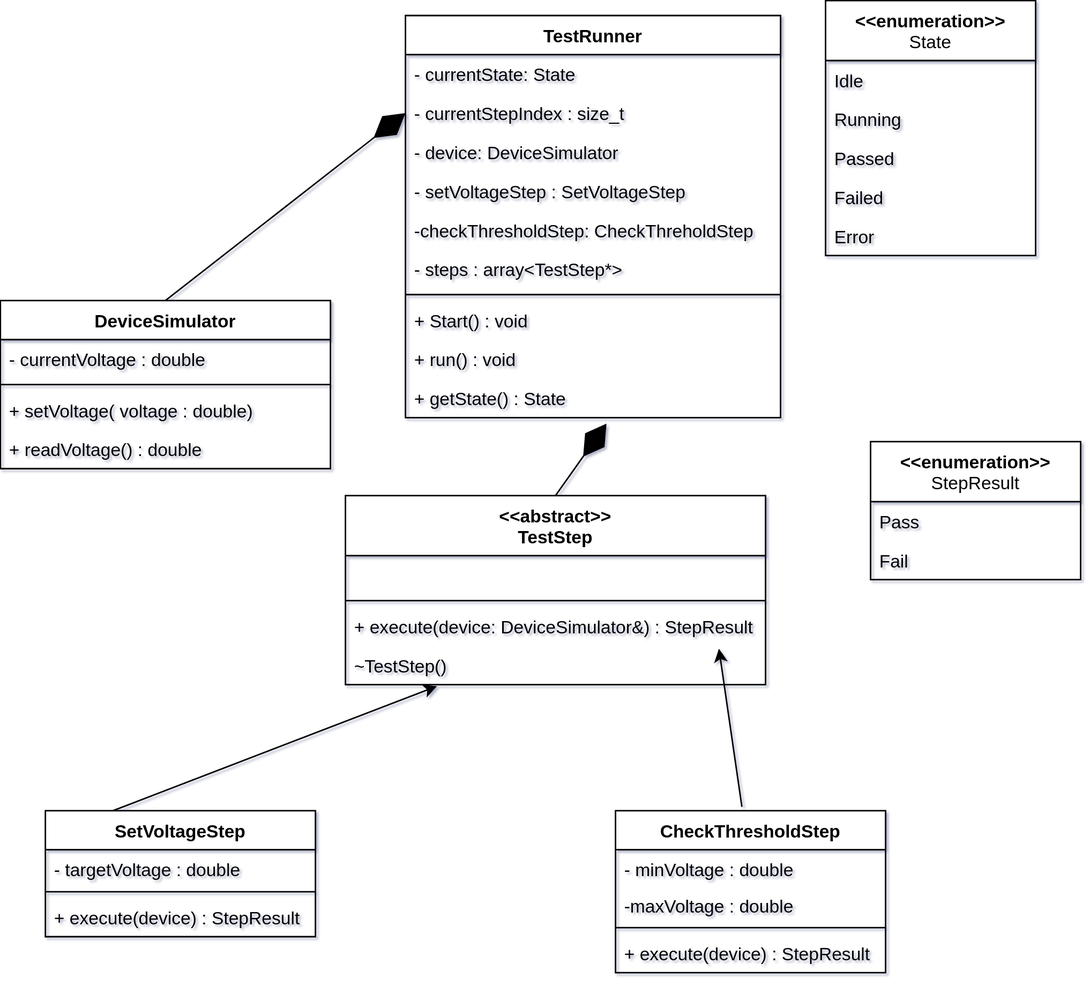
This is diagrams/ClassUML.svg from golansaar3-oss/Device-Test-Runner-Simulator-Cpp-, a draw.io export, as it was before one commit. Source tidied: cells renumbered, new cells last; positions are measured from the earlier drawing's top-left corner, leaving out a move shared by most shapes. The source it was exported from:
```xml
<mxGraphModel shadow="1">
  <root>
    <mxCell id="0" />
    <mxCell id="1" parent="0" />
    <mxCell id="2" value="&lt;div&gt;&amp;lt;&amp;lt;abstract&amp;gt;&amp;gt;&lt;/div&gt;TestStep" style="swimlane;fontStyle=1;align=center;verticalAlign=top;horizontal=1;startSize=40;whiteSpace=wrap;html=1;" parent="1" vertex="1">
      <mxGeometry x="230" y="330" width="280" height="126" as="geometry" />
    </mxCell>
    <mxCell id="3" value="&lt;div&gt;&lt;br&gt;&lt;/div&gt;&lt;div&gt;&lt;br&gt;&lt;/div&gt;" style="text;strokeColor=none;fillColor=none;align=left;verticalAlign=top;spacingLeft=4;spacingRight=4;overflow=hidden;whiteSpace=wrap;html=1;" parent="2" vertex="1">
      <mxGeometry y="40" width="280" height="26" as="geometry" />
    </mxCell>
    <mxCell id="4" style="line;strokeWidth=1;fillColor=none;align=left;verticalAlign=middle;spacingTop=-1;spacingLeft=3;spacingRight=3;labelPosition=right;strokeColor=inherit;" parent="2" vertex="1">
      <mxGeometry y="66" width="280" height="8" as="geometry" />
    </mxCell>
    <mxCell id="5" value="+ execute(device: DeviceSimulator&amp;amp;) : StepResult" style="text;strokeColor=none;fillColor=none;align=left;verticalAlign=top;spacingLeft=4;spacingRight=4;overflow=hidden;points=[[0,0.5],[1,0.5]];portConstraint=eastwest;whiteSpace=wrap;html=1;" parent="2" vertex="1">
      <mxGeometry y="74" width="280" height="26" as="geometry" />
    </mxCell>
    <mxCell id="6" value="~TestStep()" style="text;strokeColor=none;fillColor=none;align=left;verticalAlign=top;spacingLeft=4;spacingRight=4;overflow=hidden;points=[[0,0.5],[1,0.5]];portConstraint=eastwest;whiteSpace=wrap;html=1;" parent="2" vertex="1">
      <mxGeometry y="100" width="280" height="26" as="geometry" />
    </mxCell>
    <mxCell id="7" value="TestRunner" style="swimlane;fontStyle=1;align=center;verticalAlign=top;horizontal=1;startSize=26;whiteSpace=wrap;html=1;" parent="1" vertex="1">
      <mxGeometry x="270" y="10" width="250" height="268" as="geometry" />
    </mxCell>
    <mxCell id="8" value="- currentState: State" style="text;strokeColor=none;fillColor=none;align=left;verticalAlign=top;spacingLeft=4;spacingRight=4;overflow=hidden;whiteSpace=wrap;html=1;" parent="7" vertex="1">
      <mxGeometry y="26" width="250" height="26" as="geometry" />
    </mxCell>
    <mxCell id="9" value="- currentStepIndex : size_t" style="text;strokeColor=none;fillColor=none;align=left;verticalAlign=top;spacingLeft=4;spacingRight=4;overflow=hidden;points=[[0,0.5],[1,0.5]];portConstraint=eastwest;whiteSpace=wrap;html=1;" parent="7" vertex="1">
      <mxGeometry y="52" width="250" height="26" as="geometry" />
    </mxCell>
    <mxCell id="10" value="- device: DeviceSimulator" style="text;strokeColor=none;fillColor=none;align=left;verticalAlign=top;spacingLeft=4;spacingRight=4;overflow=hidden;whiteSpace=wrap;html=1;" parent="7" vertex="1">
      <mxGeometry y="78" width="250" height="26" as="geometry" />
    </mxCell>
    <mxCell id="11" value="- setVoltageStep : SetVoltageStep" style="text;strokeColor=none;fillColor=none;align=left;verticalAlign=top;spacingLeft=4;spacingRight=4;overflow=hidden;whiteSpace=wrap;html=1;" parent="7" vertex="1">
      <mxGeometry y="104" width="250" height="26" as="geometry" />
    </mxCell>
    <mxCell id="12" value="-checkThresholdStep: CheckThreholdStep" style="text;strokeColor=none;fillColor=none;align=left;verticalAlign=top;spacingLeft=4;spacingRight=4;overflow=hidden;whiteSpace=wrap;html=1;" parent="7" vertex="1">
      <mxGeometry y="130" width="250" height="26" as="geometry" />
    </mxCell>
    <mxCell id="13" value="- steps : array&amp;lt;TestStep*&amp;gt;" style="text;strokeColor=none;fillColor=none;align=left;verticalAlign=top;spacingLeft=4;spacingRight=4;overflow=hidden;whiteSpace=wrap;html=1;" parent="7" vertex="1">
      <mxGeometry y="156" width="250" height="26" as="geometry" />
    </mxCell>
    <mxCell id="14" style="line;strokeWidth=1;fillColor=none;align=left;verticalAlign=middle;spacingTop=-1;spacingLeft=3;spacingRight=3;labelPosition=right;strokeColor=inherit;" parent="7" vertex="1">
      <mxGeometry y="182" width="250" height="8" as="geometry" />
    </mxCell>
    <mxCell id="15" value="+ Start() : void" style="text;strokeColor=none;fillColor=none;align=left;verticalAlign=top;spacingLeft=4;spacingRight=4;overflow=hidden;whiteSpace=wrap;html=1;" parent="7" vertex="1">
      <mxGeometry y="190" width="250" height="26" as="geometry" />
    </mxCell>
    <mxCell id="16" value="+ run() : void" style="text;strokeColor=none;fillColor=none;align=left;verticalAlign=top;spacingLeft=4;spacingRight=4;overflow=hidden;whiteSpace=wrap;html=1;" parent="7" vertex="1">
      <mxGeometry y="216" width="250" height="26" as="geometry" />
    </mxCell>
    <mxCell id="17" value="+ getState() : State" style="text;strokeColor=none;fillColor=none;align=left;verticalAlign=top;spacingLeft=4;spacingRight=4;overflow=hidden;points=[[0,0.5],[1,0.5]];portConstraint=eastwest;whiteSpace=wrap;html=1;" parent="7" vertex="1">
      <mxGeometry y="242" width="250" height="26" as="geometry" />
    </mxCell>
    <mxCell id="18" value="&lt;b&gt;&amp;lt;&amp;lt;enumeration&amp;gt;&amp;gt;&lt;/b&gt;&lt;br&gt;State" style="swimlane;fontStyle=0;align=center;verticalAlign=top;horizontal=1;startSize=40;html=1;whiteSpace=wrap;" parent="1" vertex="1">
      <mxGeometry x="550" width="140" height="170" as="geometry" />
    </mxCell>
    <mxCell id="19" value="Idle" style="text;strokeColor=none;fillColor=none;align=left;verticalAlign=top;spacingLeft=4;spacingRight=4;overflow=hidden;whiteSpace=wrap;html=1;" parent="18" vertex="1">
      <mxGeometry y="40" width="140" height="26" as="geometry" />
    </mxCell>
    <mxCell id="20" value="Running" style="text;strokeColor=none;fillColor=none;align=left;verticalAlign=top;spacingLeft=4;spacingRight=4;overflow=hidden;whiteSpace=wrap;html=1;" parent="18" vertex="1">
      <mxGeometry y="66" width="140" height="26" as="geometry" />
    </mxCell>
    <mxCell id="21" value="Passed" style="text;strokeColor=none;fillColor=none;align=left;verticalAlign=top;spacingLeft=4;spacingRight=4;overflow=hidden;whiteSpace=wrap;html=1;" parent="18" vertex="1">
      <mxGeometry y="92" width="140" height="26" as="geometry" />
    </mxCell>
    <mxCell id="22" value="Failed" style="text;strokeColor=none;fillColor=none;align=left;verticalAlign=top;spacingLeft=4;spacingRight=4;overflow=hidden;whiteSpace=wrap;html=1;" parent="18" vertex="1">
      <mxGeometry y="118" width="140" height="26" as="geometry" />
    </mxCell>
    <mxCell id="23" value="Error" style="text;strokeColor=none;fillColor=none;align=left;verticalAlign=top;spacingLeft=4;spacingRight=4;overflow=hidden;whiteSpace=wrap;html=1;" parent="18" vertex="1">
      <mxGeometry y="144" width="140" height="26" as="geometry" />
    </mxCell>
    <mxCell id="24" value="&lt;b&gt;&amp;lt;&amp;lt;enumeration&amp;gt;&amp;gt;&lt;/b&gt;&lt;br&gt;StepResult" style="swimlane;fontStyle=0;align=center;verticalAlign=top;horizontal=1;startSize=40;html=1;whiteSpace=wrap;" parent="1" vertex="1">
      <mxGeometry x="580" y="294" width="140" height="92" as="geometry" />
    </mxCell>
    <mxCell id="25" value="Pass" style="text;strokeColor=none;fillColor=none;align=left;verticalAlign=top;spacingLeft=4;spacingRight=4;overflow=hidden;whiteSpace=wrap;html=1;" parent="24" vertex="1">
      <mxGeometry y="40" width="140" height="26" as="geometry" />
    </mxCell>
    <mxCell id="26" value="Fail" style="text;strokeColor=none;fillColor=none;align=left;verticalAlign=top;spacingLeft=4;spacingRight=4;overflow=hidden;whiteSpace=wrap;html=1;" parent="24" vertex="1">
      <mxGeometry y="66" width="140" height="26" as="geometry" />
    </mxCell>
    <mxCell id="27" value="DeviceSimulator" style="swimlane;fontStyle=1;align=center;verticalAlign=top;horizontal=1;startSize=26;whiteSpace=wrap;html=1;" parent="1" vertex="1">
      <mxGeometry y="200" width="220" height="112" as="geometry" />
    </mxCell>
    <mxCell id="28" value="- currentVoltage : double" style="text;strokeColor=none;fillColor=none;align=left;verticalAlign=top;spacingLeft=4;spacingRight=4;overflow=hidden;whiteSpace=wrap;html=1;" parent="27" vertex="1">
      <mxGeometry y="26" width="220" height="26" as="geometry" />
    </mxCell>
    <mxCell id="29" style="line;strokeWidth=1;fillColor=none;align=left;verticalAlign=middle;spacingTop=-1;spacingLeft=3;spacingRight=3;labelPosition=right;strokeColor=inherit;" parent="27" vertex="1">
      <mxGeometry y="52" width="220" height="8" as="geometry" />
    </mxCell>
    <mxCell id="30" value="+ setVoltage( voltage : double)" style="text;strokeColor=none;fillColor=none;align=left;verticalAlign=top;spacingLeft=4;spacingRight=4;overflow=hidden;whiteSpace=wrap;html=1;" parent="27" vertex="1">
      <mxGeometry y="60" width="220" height="26" as="geometry" />
    </mxCell>
    <mxCell id="31" value="+ readVoltage() : double" style="text;strokeColor=none;fillColor=none;align=left;verticalAlign=top;spacingLeft=4;spacingRight=4;overflow=hidden;whiteSpace=wrap;html=1;" parent="27" vertex="1">
      <mxGeometry y="86" width="220" height="26" as="geometry" />
    </mxCell>
    <mxCell id="32" value="SetVoltageStep" style="swimlane;fontStyle=1;align=center;verticalAlign=top;horizontal=1;startSize=26;whiteSpace=wrap;html=1;" parent="1" vertex="1">
      <mxGeometry x="30" y="540" width="180" height="84" as="geometry" />
    </mxCell>
    <mxCell id="33" value="- targetVoltage : double" style="text;strokeColor=none;fillColor=none;align=left;verticalAlign=top;spacingLeft=4;spacingRight=4;overflow=hidden;whiteSpace=wrap;html=1;" parent="32" vertex="1">
      <mxGeometry y="26" width="180" height="24" as="geometry" />
    </mxCell>
    <mxCell id="34" style="line;strokeWidth=1;fillColor=none;align=left;verticalAlign=middle;spacingTop=-1;spacingLeft=3;spacingRight=3;labelPosition=right;strokeColor=inherit;" parent="32" vertex="1">
      <mxGeometry y="50" width="180" height="8" as="geometry" />
    </mxCell>
    <mxCell id="35" value="+ execute(device) : StepResult" style="text;strokeColor=none;fillColor=none;align=left;verticalAlign=top;spacingLeft=4;spacingRight=4;overflow=hidden;whiteSpace=wrap;html=1;" parent="32" vertex="1">
      <mxGeometry y="58" width="180" height="26" as="geometry" />
    </mxCell>
    <mxCell id="36" style="endArrow=classic;html=1;entryX=0.218;entryY=1.038;entryDx=0;entryDy=0;entryPerimeter=0;exitX=0.25;exitY=0;exitDx=0;exitDy=0;" parent="1" edge="1" source="32">
      <mxGeometry relative="1" as="geometry">
        <mxPoint x="291" y="457" as="targetPoint" />
      </mxGeometry>
    </mxCell>
    <mxCell id="37" value="CheckThresholdStep" style="swimlane;fontStyle=1;align=center;verticalAlign=top;horizontal=1;startSize=26;whiteSpace=wrap;html=1;" parent="1" vertex="1">
      <mxGeometry x="410" y="540" width="180" height="108" as="geometry" />
    </mxCell>
    <mxCell id="38" value="- minVoltage : double" style="text;strokeColor=none;fillColor=none;align=left;verticalAlign=top;spacingLeft=4;spacingRight=4;overflow=hidden;whiteSpace=wrap;html=1;" parent="37" vertex="1">
      <mxGeometry y="26" width="180" height="24" as="geometry" />
    </mxCell>
    <mxCell id="39" value="-maxVoltage : double" style="text;strokeColor=none;fillColor=none;align=left;verticalAlign=top;spacingLeft=4;spacingRight=4;overflow=hidden;whiteSpace=wrap;html=1;" parent="37" vertex="1">
      <mxGeometry y="50" width="180" height="24" as="geometry" />
    </mxCell>
    <mxCell id="40" style="line;strokeWidth=1;fillColor=none;align=left;verticalAlign=middle;spacingTop=-1;spacingLeft=3;spacingRight=3;labelPosition=right;strokeColor=inherit;" parent="37" vertex="1">
      <mxGeometry y="74" width="180" height="8" as="geometry" />
    </mxCell>
    <mxCell id="41" value="+ execute(device) : StepResult" style="text;strokeColor=none;fillColor=none;align=left;verticalAlign=top;spacingLeft=4;spacingRight=4;overflow=hidden;whiteSpace=wrap;html=1;" parent="37" vertex="1">
      <mxGeometry y="82" width="180" height="26" as="geometry" />
    </mxCell>
    <mxCell id="42" style="endArrow=classic;html=1;exitX=0.468;exitY=-0.024;exitDx=0;exitDy=0;exitPerimeter=0;entryX=0.889;entryY=1.077;entryDx=0;entryDy=0;entryPerimeter=0;" parent="1" edge="1" source="37" target="5">
      <mxGeometry relative="1" as="geometry" />
    </mxCell>
    <mxCell id="43" style="endArrow=diamondThin;endFill=1;endSize=24;html=1;exitX=0.5;exitY=0;exitDx=0;exitDy=0;entryX=0;entryY=0.5;entryDx=0;entryDy=0;" parent="1" edge="1" source="27" target="9">
      <mxGeometry relative="1" as="geometry" />
    </mxCell>
    <mxCell id="44" style="endArrow=diamondThin;endFill=1;endSize=24;html=1;entryX=0.536;entryY=1.154;entryDx=0;entryDy=0;entryPerimeter=0;exitX=0.5;exitY=0;exitDx=0;exitDy=0;" parent="1" edge="1" source="2" target="17">
      <mxGeometry relative="1" as="geometry" />
    </mxCell>
  </root>
</mxGraphModel>
```
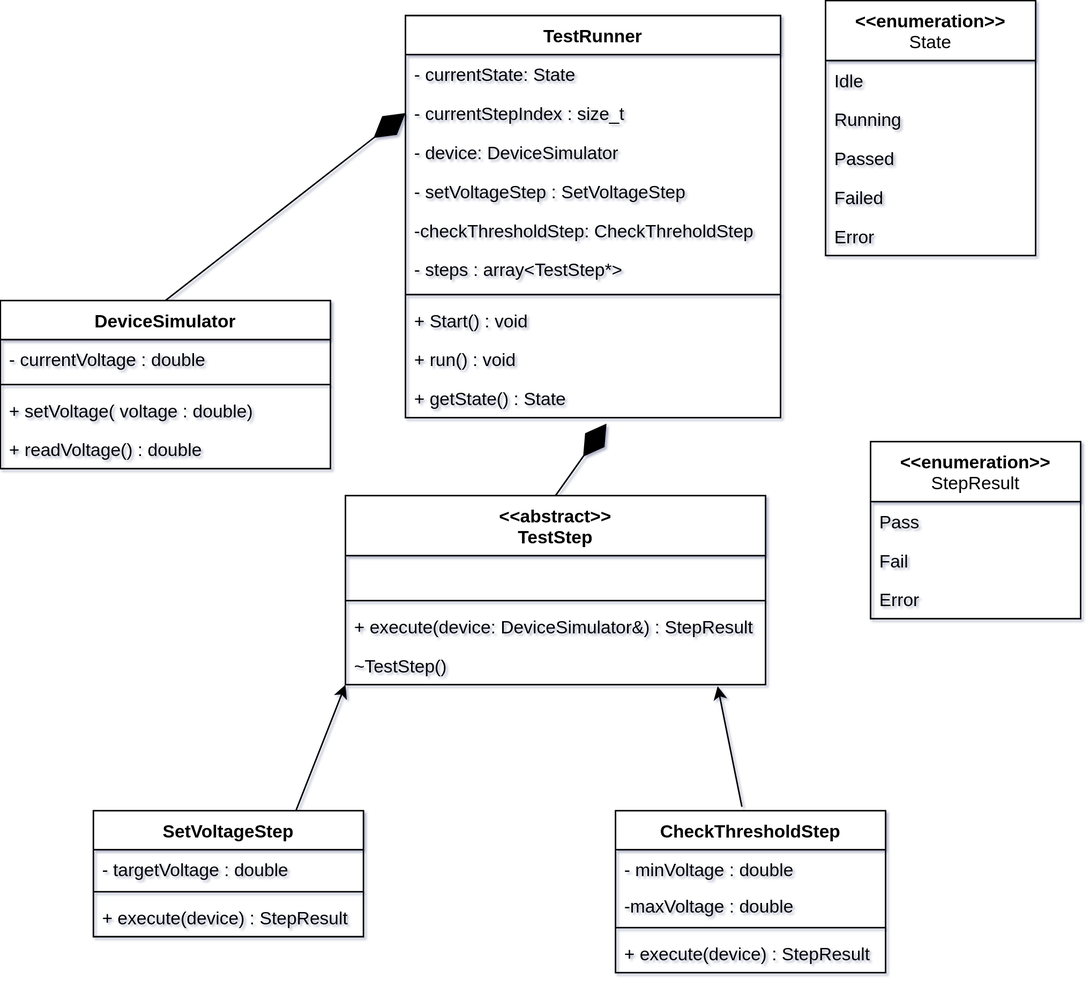
After the commit.

What changed in the source:
```diff
@@ -69,7 +69,7 @@
       <mxGeometry y="144" width="140" height="26" as="geometry" />
     </mxCell>
     <mxCell id="24" value="&lt;b&gt;&amp;lt;&amp;lt;enumeration&amp;gt;&amp;gt;&lt;/b&gt;&lt;br&gt;StepResult" style="swimlane;fontStyle=0;align=center;verticalAlign=top;horizontal=1;startSize=40;html=1;whiteSpace=wrap;" parent="1" vertex="1">
-      <mxGeometry x="580" y="294" width="140" height="92" as="geometry" />
+      <mxGeometry x="580" y="294" width="140" height="118" as="geometry" />
     </mxCell>
     <mxCell id="25" value="Pass" style="text;strokeColor=none;fillColor=none;align=left;verticalAlign=top;spacingLeft=4;spacingRight=4;overflow=hidden;whiteSpace=wrap;html=1;" parent="24" vertex="1">
       <mxGeometry y="40" width="140" height="26" as="geometry" />
@@ -77,6 +77,9 @@
     <mxCell id="26" value="Fail" style="text;strokeColor=none;fillColor=none;align=left;verticalAlign=top;spacingLeft=4;spacingRight=4;overflow=hidden;whiteSpace=wrap;html=1;" parent="24" vertex="1">
       <mxGeometry y="66" width="140" height="26" as="geometry" />
     </mxCell>
+    <mxCell id="45" value="Error&lt;div&gt;&lt;br&gt;&lt;/div&gt;" style="text;strokeColor=none;fillColor=none;align=left;verticalAlign=top;spacingLeft=4;spacingRight=4;overflow=hidden;whiteSpace=wrap;html=1;" parent="24" vertex="1">
+      <mxGeometry y="92" width="140" height="26" as="geometry" />
+    </mxCell>
     <mxCell id="27" value="DeviceSimulator" style="swimlane;fontStyle=1;align=center;verticalAlign=top;horizontal=1;startSize=26;whiteSpace=wrap;html=1;" parent="1" vertex="1">
       <mxGeometry y="200" width="220" height="112" as="geometry" />
     </mxCell>
@@ -93,7 +96,7 @@
       <mxGeometry y="86" width="220" height="26" as="geometry" />
     </mxCell>
     <mxCell id="32" value="SetVoltageStep" style="swimlane;fontStyle=1;align=center;verticalAlign=top;horizontal=1;startSize=26;whiteSpace=wrap;html=1;" parent="1" vertex="1">
-      <mxGeometry x="30" y="540" width="180" height="84" as="geometry" />
+      <mxGeometry x="62" y="540" width="180" height="84" as="geometry" />
     </mxCell>
     <mxCell id="33" value="- targetVoltage : double" style="text;strokeColor=none;fillColor=none;align=left;verticalAlign=top;spacingLeft=4;spacingRight=4;overflow=hidden;whiteSpace=wrap;html=1;" parent="32" vertex="1">
       <mxGeometry y="26" width="180" height="24" as="geometry" />
@@ -104,10 +107,8 @@
     <mxCell id="35" value="+ execute(device) : StepResult" style="text;strokeColor=none;fillColor=none;align=left;verticalAlign=top;spacingLeft=4;spacingRight=4;overflow=hidden;whiteSpace=wrap;html=1;" parent="32" vertex="1">
       <mxGeometry y="58" width="180" height="26" as="geometry" />
     </mxCell>
-    <mxCell id="36" style="endArrow=classic;html=1;entryX=0.218;entryY=1.038;entryDx=0;entryDy=0;entryPerimeter=0;exitX=0.25;exitY=0;exitDx=0;exitDy=0;" parent="1" edge="1" source="32">
-      <mxGeometry relative="1" as="geometry">
-        <mxPoint x="291" y="457" as="targetPoint" />
-      </mxGeometry>
+    <mxCell id="36" style="endArrow=classic;html=1;exitX=0.75;exitY=0;exitDx=0;exitDy=0;entryX=0;entryY=1;entryDx=0;entryDy=0;" parent="1" edge="1" source="32" target="2">
+      <mxGeometry relative="1" as="geometry" />
     </mxCell>
     <mxCell id="37" value="CheckThresholdStep" style="swimlane;fontStyle=1;align=center;verticalAlign=top;horizontal=1;startSize=26;whiteSpace=wrap;html=1;" parent="1" vertex="1">
       <mxGeometry x="410" y="540" width="180" height="108" as="geometry" />
@@ -124,7 +125,7 @@
     <mxCell id="41" value="+ execute(device) : StepResult" style="text;strokeColor=none;fillColor=none;align=left;verticalAlign=top;spacingLeft=4;spacingRight=4;overflow=hidden;whiteSpace=wrap;html=1;" parent="37" vertex="1">
       <mxGeometry y="82" width="180" height="26" as="geometry" />
     </mxCell>
-    <mxCell id="42" style="endArrow=classic;html=1;exitX=0.468;exitY=-0.024;exitDx=0;exitDy=0;exitPerimeter=0;entryX=0.889;entryY=1.077;entryDx=0;entryDy=0;entryPerimeter=0;" parent="1" edge="1" source="37" target="5">
+    <mxCell id="42" style="endArrow=classic;html=1;exitX=0.468;exitY=-0.024;exitDx=0;exitDy=0;exitPerimeter=0;entryX=0.886;entryY=1.038;entryDx=0;entryDy=0;entryPerimeter=0;" parent="1" edge="1" source="37" target="6">
       <mxGeometry relative="1" as="geometry" />
     </mxCell>
     <mxCell id="43" style="endArrow=diamondThin;endFill=1;endSize=24;html=1;exitX=0.5;exitY=0;exitDx=0;exitDy=0;entryX=0;entryY=0.5;entryDx=0;entryDy=0;" parent="1" edge="1" source="27" target="9">
```
